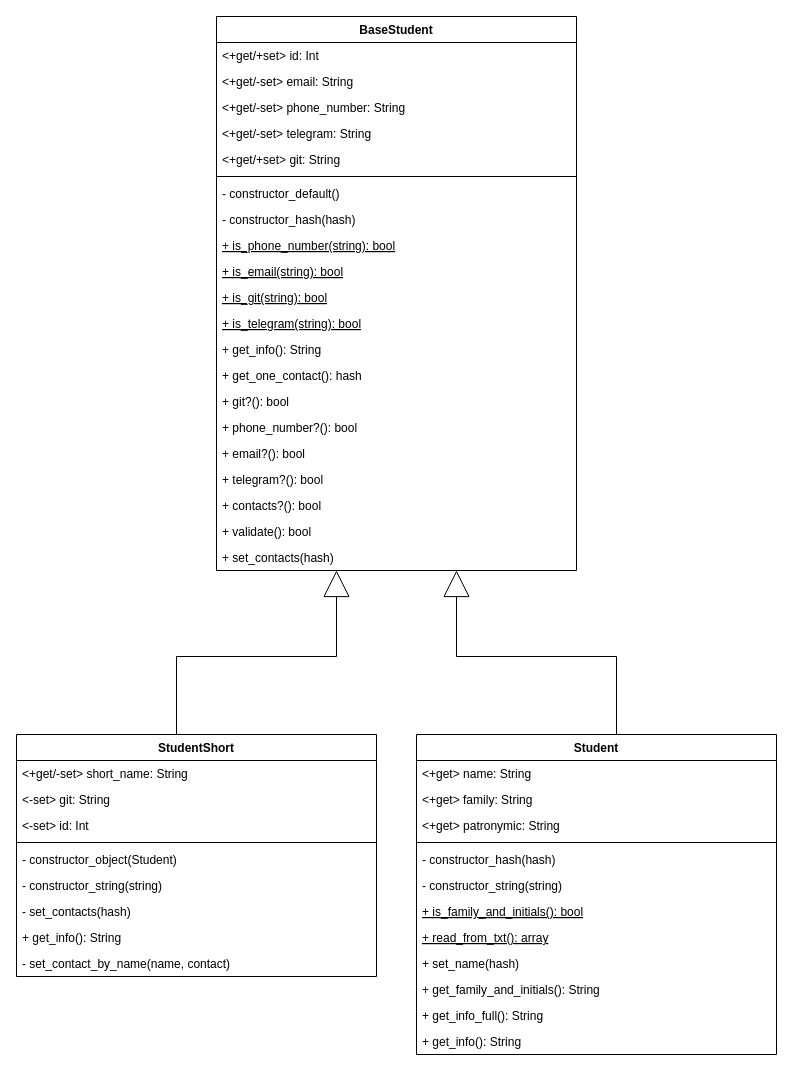
KirSaxhlil/PatternLabs keeps this draw.io diagram as lab2/docs/ClassDiagram.drawio. Above is the earlier version. Source tidied: cells renumbered, new cells numbered last; positions are measured from the earlier drawing's top-left corner, leaving out a move shared by most shapes. Both pictures are drawn from the tidied source at 100%, with x=0, y=0 at pixel (16, 16).
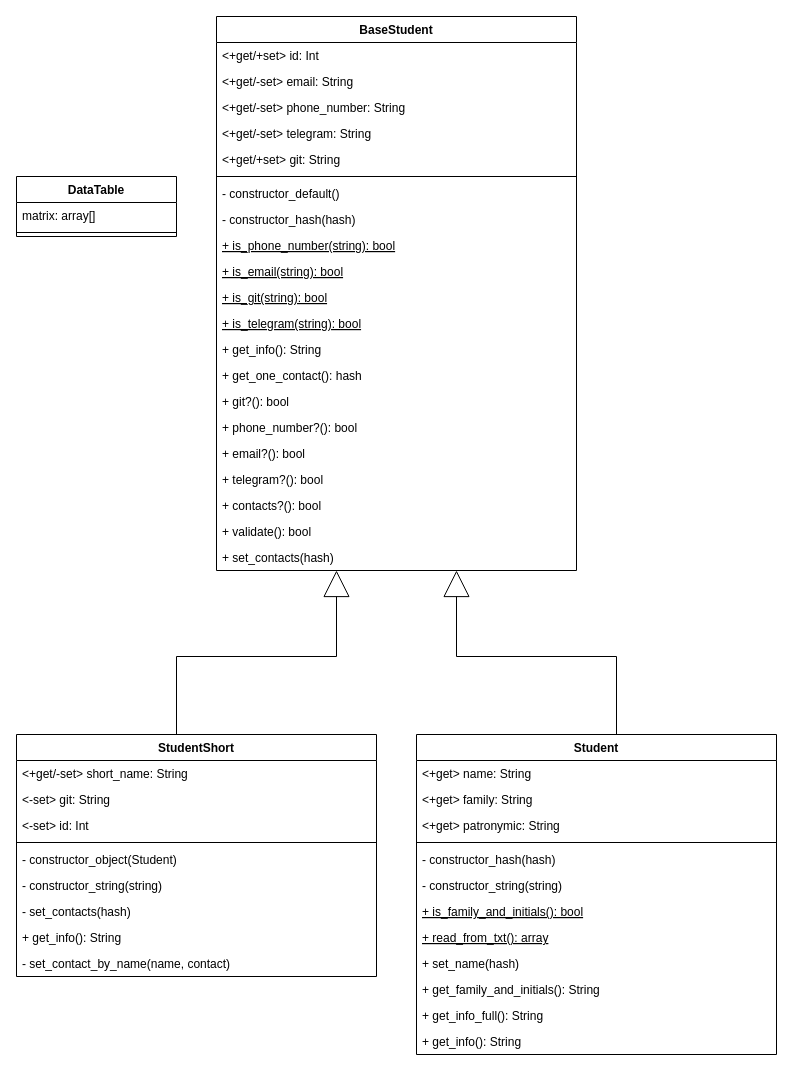
The same diagram, later.

Commit message (it also covers changes not shown here):
Лаб.3 Здч.3-1 DataTable

Не приходит в голову, как это сделать иначе, имея в своем распоряжении только поле и конструктор в Ruby.

What changed in the source:
```diff
@@
+    <mxCell id="49" value="DataTable" style="swimlane;fontStyle=1;align=center;verticalAlign=top;horizontal=1;startSize=26;swimlaneFillColor=default;" parent="1" vertex="1">
+      <mxGeometry y="160" width="160" height="60" as="geometry" />
+    </mxCell>
+    <mxCell id="50" value="matrix: array[]" style="text;strokeColor=none;fillColor=none;align=left;verticalAlign=top;spacingLeft=4;spacingRight=4;overflow=hidden;" parent="49" vertex="1">
+      <mxGeometry y="26" width="160" height="26" as="geometry" />
+    </mxCell>
+    <mxCell id="51" style="line;strokeWidth=1;fillColor=none;align=left;verticalAlign=middle;spacingTop=-1;spacingLeft=3;spacingRight=3;labelPosition=right;strokeColor=inherit;" parent="49" vertex="1">
+      <mxGeometry y="52" width="160" height="8" as="geometry" />
+    </mxCell>
```
